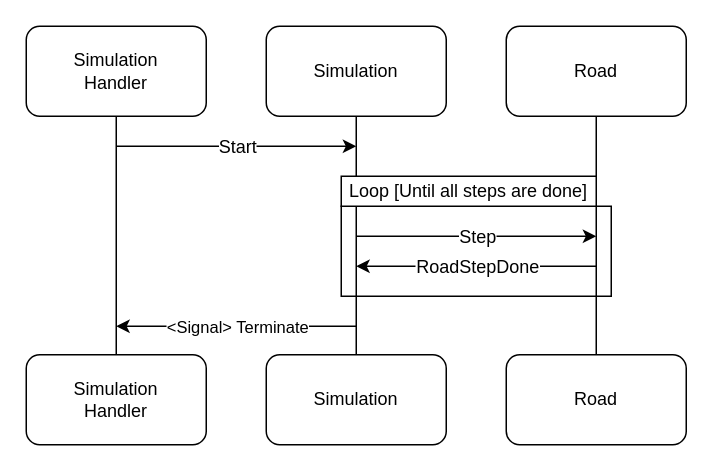
This is page "SeqDiagram1" (3 of 8) of pt1/docs/PCD_ASS03_P1.drawio from zucchero-sintattico/PCD-ASS03-23-24, a draw.io file, before an edit. Source tidied: cells renumbered, new cells numbered last; positions are measured from the earlier drawing's top-left corner, leaving out a move shared by most shapes. Both pictures are drawn from the tidied source at 150%, with x=0, y=0 at pixel (26, 26).
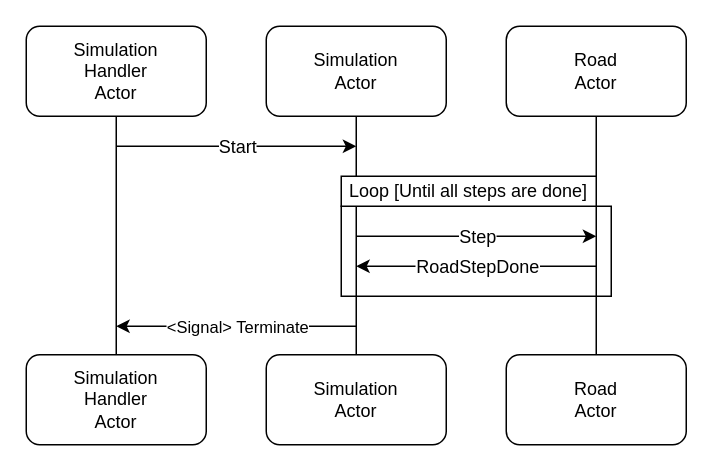
The same page after the edit.

Diff of the diagram source:
```diff
@@
-    <mxCell id="3" value="Simulation&lt;div&gt;Handler&lt;/div&gt;" style="rounded=1;whiteSpace=wrap;html=1;" parent="1" vertex="1">
+    <mxCell id="3" value="Simulation&lt;div&gt;Handler&lt;/div&gt;&lt;div&gt;Actor&lt;/div&gt;" style="rounded=1;whiteSpace=wrap;html=1;" parent="1" vertex="1">
       <mxGeometry width="120" height="60" as="geometry" />
     </mxCell>
@@
-    <mxCell id="5" value="Simulation" style="rounded=1;whiteSpace=wrap;html=1;" parent="1" vertex="1">
+    <mxCell id="5" value="Simulation&lt;div&gt;Actor&lt;/div&gt;" style="rounded=1;whiteSpace=wrap;html=1;" parent="1" vertex="1">
       <mxGeometry x="160" width="120" height="60" as="geometry" />
     </mxCell>
@@
-    <mxCell id="7" value="Road" style="rounded=1;whiteSpace=wrap;html=1;" parent="1" vertex="1">
+    <mxCell id="7" value="Road&lt;div&gt;Actor&lt;/div&gt;" style="rounded=1;whiteSpace=wrap;html=1;" parent="1" vertex="1">
       <mxGeometry x="320" width="120" height="60" as="geometry" />
     </mxCell>
-    <mxCell id="8" value="Simulation&lt;div&gt;Handler&lt;/div&gt;" style="rounded=1;whiteSpace=wrap;html=1;" parent="1" vertex="1">
+    <mxCell id="8" value="Simulation&lt;div&gt;Handler&lt;/div&gt;&lt;div&gt;Actor&lt;/div&gt;" style="rounded=1;whiteSpace=wrap;html=1;" parent="1" vertex="1">
       <mxGeometry y="219" width="120" height="60" as="geometry" />
     </mxCell>
-    <mxCell id="9" value="Simulation" style="rounded=1;whiteSpace=wrap;html=1;" parent="1" vertex="1">
+    <mxCell id="9" value="Simulation&lt;div&gt;Actor&lt;/div&gt;" style="rounded=1;whiteSpace=wrap;html=1;" parent="1" vertex="1">
       <mxGeometry x="160" y="219" width="120" height="60" as="geometry" />
     </mxCell>
-    <mxCell id="10" value="Road" style="rounded=1;whiteSpace=wrap;html=1;" parent="1" vertex="1">
+    <mxCell id="10" value="Road&lt;div&gt;Actor&lt;/div&gt;" style="rounded=1;whiteSpace=wrap;html=1;" parent="1" vertex="1">
       <mxGeometry x="320" y="219" width="120" height="60" as="geometry" />
     </mxCell>
```
